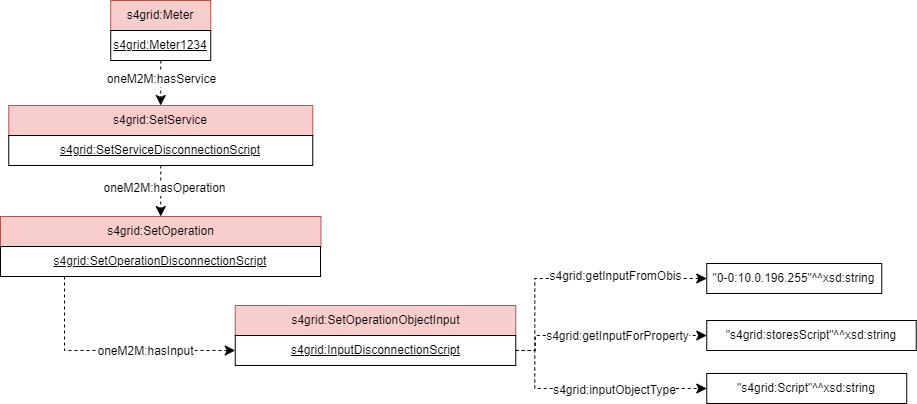
Earlier version of the draw.io export documentation/diagrams/SAREF4GRID_Example_set_3.png (Sergio-Carulli/saref4grid). Source tidied: cells renumbered, new cells last; positions are measured from the earlier drawing's top-left corner, leaving out a move shared by most shapes. The source it was exported from:
```xml
<mxGraphModel>
  <root>
    <mxCell id="0" />
    <mxCell id="1" parent="0" />
    <mxCell id="2" value="s4grid:Meter" style="rounded=0;whiteSpace=wrap;html=1;fillColor=#f8cecc;strokeColor=#b85450;" parent="1" vertex="1">
      <mxGeometry x="110.2" width="100" height="30" as="geometry" />
    </mxCell>
    <mxCell id="3" style="endArrow=classic;html=1;endSize=8;arcSize=0;rounded=0;entryX=0.5;entryY=0;entryDx=0;entryDy=0;dashed=1;exitX=0.5;exitY=1;exitDx=0;exitDy=0;" parent="1" edge="1" source="7" target="15">
      <mxGeometry relative="1" as="geometry" />
    </mxCell>
    <mxCell id="4" value="&lt;div&gt;oneM2M:hasService&lt;/div&gt;" style="text;html=1;align=center;verticalAlign=middle;labelBackgroundColor=#ffffff;" parent="3" vertex="1">
      <mxGeometry x="-0.13" relative="1" as="geometry">
        <mxPoint y="-2" as="offset" />
      </mxGeometry>
    </mxCell>
    <mxCell id="5" style="endArrow=classic;html=1;endSize=8;arcSize=0;rounded=0;entryX=0.5;entryY=0;entryDx=0;entryDy=0;exitX=0.5;exitY=1;exitDx=0;exitDy=0;dashed=1;" parent="1" edge="1" source="16" target="17">
      <mxGeometry relative="1" as="geometry" />
    </mxCell>
    <mxCell id="6" value="&lt;div&gt;oneM2M:hasOperation&lt;/div&gt;" style="text;html=1;align=center;verticalAlign=middle;labelBackgroundColor=#ffffff;" parent="5" vertex="1">
      <mxGeometry x="-0.13" relative="1" as="geometry">
        <mxPoint x="3" as="offset" />
      </mxGeometry>
    </mxCell>
    <mxCell id="7" value="&lt;u&gt;s4grid:Meter1234&lt;/u&gt;" style="rounded=0;whiteSpace=wrap;html=1;snapToPoint=1;points=[[0.1,0],[0.2,0],[0.3,0],[0.4,0],[0.5,0],[0.6,0],[0.7,0],[0.8,0],[0.9,0],[0,0.1],[0,0.3],[0,0.5],[0,0.7],[0,0.9],[0.1,1],[0.2,1],[0.3,1],[0.4,1],[0.5,1],[0.6,1],[0.7,1],[0.8,1],[0.9,1],[1,0.1],[1,0.3],[1,0.5],[1,0.7],[1,0.9]];" parent="1" vertex="1">
      <mxGeometry x="110.2" y="30" width="100" height="30" as="geometry" />
    </mxCell>
    <mxCell id="8" style="endArrow=classic;html=1;endSize=8;arcSize=0;rounded=0;entryX=0;entryY=0.5;entryDx=0;entryDy=0;exitX=0.2;exitY=1;exitDx=0;exitDy=0;dashed=1;edgeStyle=orthogonalEdgeStyle;" parent="1" edge="1" source="18" target="11">
      <mxGeometry relative="1" as="geometry" />
    </mxCell>
    <mxCell id="9" value="oneM2M:hasInput" style="text;html=1;align=center;verticalAlign=middle;labelBackgroundColor=#ffffff;" parent="1" vertex="1">
      <mxGeometry x="144.7" y="350" as="geometry" />
    </mxCell>
    <mxCell id="10" value="s4grid:SetOperationObjectInput" style="rounded=0;whiteSpace=wrap;html=1;fillColor=#f8cecc;strokeColor=#b85450;" parent="1" vertex="1">
      <mxGeometry x="234.8" y="305" width="280.5" height="30" as="geometry" />
    </mxCell>
    <mxCell id="11" value="&lt;u&gt;s4grid:InputDisconnectionScript&lt;/u&gt;" style="rounded=0;whiteSpace=wrap;html=1;snapToPoint=1;points=[[0.1,0],[0.2,0],[0.3,0],[0.4,0],[0.5,0],[0.6,0],[0.7,0],[0.8,0],[0.9,0],[0,0.1],[0,0.3],[0,0.5],[0,0.7],[0,0.9],[0.1,1],[0.2,1],[0.3,1],[0.4,1],[0.5,1],[0.6,1],[0.7,1],[0.8,1],[0.9,1],[1,0.1],[1,0.3],[1,0.5],[1,0.7],[1,0.9]];" parent="1" vertex="1">
      <mxGeometry x="234.8" y="335" width="280.5" height="30" as="geometry" />
    </mxCell>
    <mxCell id="12" value="&quot;0-0:10.0.196.255&quot;^^xsd:string" style="rounded=0;whiteSpace=wrap;html=1;snapToPoint=1;align=center;" parent="1" vertex="1">
      <mxGeometry x="706.2" y="263" width="175" height="30" as="geometry" />
    </mxCell>
    <mxCell id="13" style="endArrow=classic;html=1;endSize=8;arcSize=0;rounded=0;exitX=1;exitY=0.5;exitDx=0;exitDy=0;dashed=1;entryX=0;entryY=0.5;entryDx=0;entryDy=0;edgeStyle=orthogonalEdgeStyle;" parent="1" edge="1" source="11" target="12">
      <mxGeometry relative="1" as="geometry">
        <Array as="points">
          <mxPoint x="534.2" y="350" />
          <mxPoint x="534.2" y="278" />
        </Array>
      </mxGeometry>
    </mxCell>
    <mxCell id="14" value="s4grid:getInputFromObis" style="text;html=1;align=center;verticalAlign=middle;labelBackgroundColor=#ffffff;" parent="1" vertex="1">
      <mxGeometry x="610.2" y="268" as="geometry">
        <mxPoint x="4" y="7" as="offset" />
      </mxGeometry>
    </mxCell>
    <mxCell id="15" value="s4grid:SetService" style="rounded=0;whiteSpace=wrap;html=1;snapToPoint=1;points=[[0.1,0],[0.2,0],[0.3,0],[0.4,0],[0.5,0],[0.6,0],[0.7,0],[0.8,0],[0.9,0],[0,0.1],[0,0.3],[0,0.5],[0,0.7],[0,0.9],[0.1,1],[0.2,1],[0.3,1],[0.4,1],[0.5,1],[0.6,1],[0.7,1],[0.8,1],[0.9,1],[1,0.1],[1,0.3],[1,0.5],[1,0.7],[1,0.9]];fillColor=#f8cecc;strokeColor=#b85450;" parent="1" vertex="1">
      <mxGeometry x="8.2" y="105" width="304" height="30" as="geometry" />
    </mxCell>
    <mxCell id="16" value="&lt;u style=&quot;border-color: var(--border-color);&quot;&gt;s4grid:SetServiceDisconnectionScript&lt;/u&gt;" style="rounded=0;whiteSpace=wrap;html=1;snapToPoint=1;points=[[0.1,0],[0.2,0],[0.3,0],[0.4,0],[0.5,0],[0.6,0],[0.7,0],[0.8,0],[0.9,0],[0,0.1],[0,0.3],[0,0.5],[0,0.7],[0,0.9],[0.1,1],[0.2,1],[0.3,1],[0.4,1],[0.5,1],[0.6,1],[0.7,1],[0.8,1],[0.9,1],[1,0.1],[1,0.3],[1,0.5],[1,0.7],[1,0.9]];" parent="1" vertex="1">
      <mxGeometry x="8.2" y="135" width="304" height="30" as="geometry" />
    </mxCell>
    <mxCell id="17" value="s4grid:SetOperation" style="rounded=0;whiteSpace=wrap;html=1;snapToPoint=1;points=[[0.1,0],[0.2,0],[0.3,0],[0.4,0],[0.5,0],[0.6,0],[0.7,0],[0.8,0],[0.9,0],[0,0.1],[0,0.3],[0,0.5],[0,0.7],[0,0.9],[0.1,1],[0.2,1],[0.3,1],[0.4,1],[0.5,1],[0.6,1],[0.7,1],[0.8,1],[0.9,1],[1,0.1],[1,0.3],[1,0.5],[1,0.7],[1,0.9]];fillColor=#f8cecc;strokeColor=#b85450;" parent="1" vertex="1">
      <mxGeometry y="216" width="320.5" height="30" as="geometry" />
    </mxCell>
    <mxCell id="18" value="&lt;u style=&quot;border-color: var(--border-color);&quot;&gt;s4grid:SetOperationDisconnectionScript&lt;/u&gt;" style="rounded=0;whiteSpace=wrap;html=1;snapToPoint=1;points=[[0.1,0],[0.2,0],[0.3,0],[0.4,0],[0.5,0],[0.6,0],[0.7,0],[0.8,0],[0.9,0],[0,0.1],[0,0.3],[0,0.5],[0,0.7],[0,0.9],[0.1,1],[0.2,1],[0.3,1],[0.4,1],[0.5,1],[0.6,1],[0.7,1],[0.8,1],[0.9,1],[1,0.1],[1,0.3],[1,0.5],[1,0.7],[1,0.9]];" parent="1" vertex="1">
      <mxGeometry y="246" width="320" height="30" as="geometry" />
    </mxCell>
    <mxCell id="19" value="&quot;s4grid:Script&quot;^^xsd:string" style="rounded=0;whiteSpace=wrap;html=1;snapToPoint=1;align=center;" parent="1" vertex="1">
      <mxGeometry x="706.2" y="373" width="200" height="30" as="geometry" />
    </mxCell>
    <mxCell id="20" style="endArrow=classic;html=1;endSize=8;arcSize=0;rounded=0;exitX=1;exitY=0.5;exitDx=0;exitDy=0;dashed=1;entryX=0;entryY=0.5;entryDx=0;entryDy=0;edgeStyle=orthogonalEdgeStyle;" parent="1" edge="1" source="11" target="19">
      <mxGeometry relative="1" as="geometry">
        <Array as="points">
          <mxPoint x="534.2" y="350" />
          <mxPoint x="534.2" y="388" />
        </Array>
      </mxGeometry>
    </mxCell>
    <mxCell id="21" value="s4grid:inputObjectType" style="text;html=1;align=center;verticalAlign=middle;labelBackgroundColor=#ffffff;" parent="1" vertex="1">
      <mxGeometry x="609.9" y="382" as="geometry">
        <mxPoint x="4" y="7" as="offset" />
      </mxGeometry>
    </mxCell>
    <mxCell id="22" value="&quot;s4grid:storesScript&quot;^^xsd:string" style="rounded=0;whiteSpace=wrap;html=1;snapToPoint=1;align=center;" parent="1" vertex="1">
      <mxGeometry x="706.2" y="320" width="209.5" height="30" as="geometry" />
    </mxCell>
    <mxCell id="23" style="endArrow=classic;html=1;endSize=8;arcSize=0;rounded=0;exitX=1;exitY=0.5;exitDx=0;exitDy=0;dashed=1;entryX=0;entryY=0.5;entryDx=0;entryDy=0;edgeStyle=orthogonalEdgeStyle;" parent="1" edge="1" source="11" target="22">
      <mxGeometry relative="1" as="geometry">
        <Array as="points">
          <mxPoint x="534.8" y="350" />
          <mxPoint x="534.8" y="335" />
        </Array>
      </mxGeometry>
    </mxCell>
    <mxCell id="24" value="s4grid:getInputForProperty" style="text;html=1;align=center;verticalAlign=middle;labelBackgroundColor=#ffffff;" parent="1" vertex="1">
      <mxGeometry x="612.2" y="328" as="geometry">
        <mxPoint x="4" y="7" as="offset" />
      </mxGeometry>
    </mxCell>
  </root>
</mxGraphModel>
```
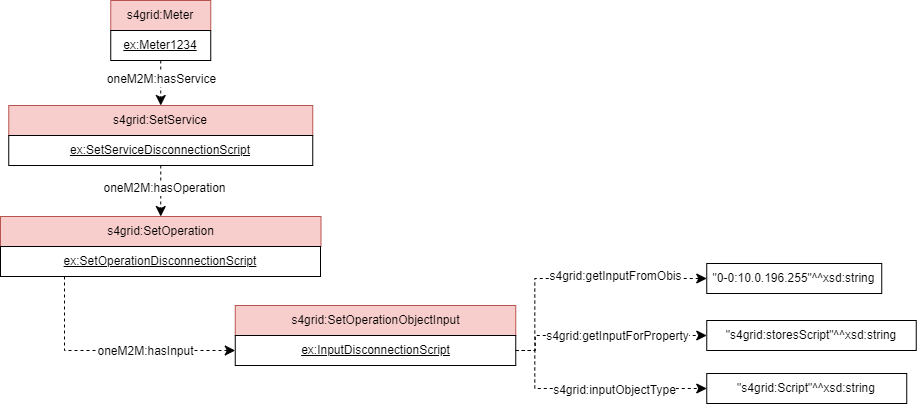
After the change.

The edit, as a diff of the source:
```diff
@@ -21,7 +21,7 @@
         <mxPoint x="3" as="offset" />
       </mxGeometry>
     </mxCell>
-    <mxCell id="7" value="&lt;u&gt;s4grid:Meter1234&lt;/u&gt;" style="rounded=0;whiteSpace=wrap;html=1;snapToPoint=1;points=[[0.1,0],[0.2,0],[0.3,0],[0.4,0],[0.5,0],[0.6,0],[0.7,0],[0.8,0],[0.9,0],[0,0.1],[0,0.3],[0,0.5],[0,0.7],[0,0.9],[0.1,1],[0.2,1],[0.3,1],[0.4,1],[0.5,1],[0.6,1],[0.7,1],[0.8,1],[0.9,1],[1,0.1],[1,0.3],[1,0.5],[1,0.7],[1,0.9]];" parent="1" vertex="1">
+    <mxCell id="7" value="&lt;u&gt;ex:Meter1234&lt;/u&gt;" style="rounded=0;whiteSpace=wrap;html=1;snapToPoint=1;points=[[0.1,0],[0.2,0],[0.3,0],[0.4,0],[0.5,0],[0.6,0],[0.7,0],[0.8,0],[0.9,0],[0,0.1],[0,0.3],[0,0.5],[0,0.7],[0,0.9],[0.1,1],[0.2,1],[0.3,1],[0.4,1],[0.5,1],[0.6,1],[0.7,1],[0.8,1],[0.9,1],[1,0.1],[1,0.3],[1,0.5],[1,0.7],[1,0.9]];" parent="1" vertex="1">
       <mxGeometry x="110.2" y="30" width="100" height="30" as="geometry" />
     </mxCell>
     <mxCell id="8" style="endArrow=classic;html=1;endSize=8;arcSize=0;rounded=0;entryX=0;entryY=0.5;entryDx=0;entryDy=0;exitX=0.2;exitY=1;exitDx=0;exitDy=0;dashed=1;edgeStyle=orthogonalEdgeStyle;" parent="1" edge="1" source="18" target="11">
@@ -33,7 +33,7 @@
     <mxCell id="10" value="s4grid:SetOperationObjectInput" style="rounded=0;whiteSpace=wrap;html=1;fillColor=#f8cecc;strokeColor=#b85450;" parent="1" vertex="1">
       <mxGeometry x="234.8" y="305" width="280.5" height="30" as="geometry" />
     </mxCell>
-    <mxCell id="11" value="&lt;u&gt;s4grid:InputDisconnectionScript&lt;/u&gt;" style="rounded=0;whiteSpace=wrap;html=1;snapToPoint=1;points=[[0.1,0],[0.2,0],[0.3,0],[0.4,0],[0.5,0],[0.6,0],[0.7,0],[0.8,0],[0.9,0],[0,0.1],[0,0.3],[0,0.5],[0,0.7],[0,0.9],[0.1,1],[0.2,1],[0.3,1],[0.4,1],[0.5,1],[0.6,1],[0.7,1],[0.8,1],[0.9,1],[1,0.1],[1,0.3],[1,0.5],[1,0.7],[1,0.9]];" parent="1" vertex="1">
+    <mxCell id="11" value="&lt;u&gt;ex:InputDisconnectionScript&lt;/u&gt;" style="rounded=0;whiteSpace=wrap;html=1;snapToPoint=1;points=[[0.1,0],[0.2,0],[0.3,0],[0.4,0],[0.5,0],[0.6,0],[0.7,0],[0.8,0],[0.9,0],[0,0.1],[0,0.3],[0,0.5],[0,0.7],[0,0.9],[0.1,1],[0.2,1],[0.3,1],[0.4,1],[0.5,1],[0.6,1],[0.7,1],[0.8,1],[0.9,1],[1,0.1],[1,0.3],[1,0.5],[1,0.7],[1,0.9]];" parent="1" vertex="1">
       <mxGeometry x="234.8" y="335" width="280.5" height="30" as="geometry" />
     </mxCell>
     <mxCell id="12" value="&quot;0-0:10.0.196.255&quot;^^xsd:string" style="rounded=0;whiteSpace=wrap;html=1;snapToPoint=1;align=center;" parent="1" vertex="1">
@@ -55,13 +55,13 @@
     <mxCell id="15" value="s4grid:SetService" style="rounded=0;whiteSpace=wrap;html=1;snapToPoint=1;points=[[0.1,0],[0.2,0],[0.3,0],[0.4,0],[0.5,0],[0.6,0],[0.7,0],[0.8,0],[0.9,0],[0,0.1],[0,0.3],[0,0.5],[0,0.7],[0,0.9],[0.1,1],[0.2,1],[0.3,1],[0.4,1],[0.5,1],[0.6,1],[0.7,1],[0.8,1],[0.9,1],[1,0.1],[1,0.3],[1,0.5],[1,0.7],[1,0.9]];fillColor=#f8cecc;strokeColor=#b85450;" parent="1" vertex="1">
       <mxGeometry x="8.2" y="105" width="304" height="30" as="geometry" />
     </mxCell>
-    <mxCell id="16" value="&lt;u style=&quot;border-color: var(--border-color);&quot;&gt;s4grid:SetServiceDisconnectionScript&lt;/u&gt;" style="rounded=0;whiteSpace=wrap;html=1;snapToPoint=1;points=[[0.1,0],[0.2,0],[0.3,0],[0.4,0],[0.5,0],[0.6,0],[0.7,0],[0.8,0],[0.9,0],[0,0.1],[0,0.3],[0,0.5],[0,0.7],[0,0.9],[0.1,1],[0.2,1],[0.3,1],[0.4,1],[0.5,1],[0.6,1],[0.7,1],[0.8,1],[0.9,1],[1,0.1],[1,0.3],[1,0.5],[1,0.7],[1,0.9]];" parent="1" vertex="1">
+    <mxCell id="16" value="&lt;u style=&quot;border-color: var(--border-color);&quot;&gt;ex:SetServiceDisconnectionScript&lt;/u&gt;" style="rounded=0;whiteSpace=wrap;html=1;snapToPoint=1;points=[[0.1,0],[0.2,0],[0.3,0],[0.4,0],[0.5,0],[0.6,0],[0.7,0],[0.8,0],[0.9,0],[0,0.1],[0,0.3],[0,0.5],[0,0.7],[0,0.9],[0.1,1],[0.2,1],[0.3,1],[0.4,1],[0.5,1],[0.6,1],[0.7,1],[0.8,1],[0.9,1],[1,0.1],[1,0.3],[1,0.5],[1,0.7],[1,0.9]];" parent="1" vertex="1">
       <mxGeometry x="8.2" y="135" width="304" height="30" as="geometry" />
     </mxCell>
     <mxCell id="17" value="s4grid:SetOperation" style="rounded=0;whiteSpace=wrap;html=1;snapToPoint=1;points=[[0.1,0],[0.2,0],[0.3,0],[0.4,0],[0.5,0],[0.6,0],[0.7,0],[0.8,0],[0.9,0],[0,0.1],[0,0.3],[0,0.5],[0,0.7],[0,0.9],[0.1,1],[0.2,1],[0.3,1],[0.4,1],[0.5,1],[0.6,1],[0.7,1],[0.8,1],[0.9,1],[1,0.1],[1,0.3],[1,0.5],[1,0.7],[1,0.9]];fillColor=#f8cecc;strokeColor=#b85450;" parent="1" vertex="1">
       <mxGeometry y="216" width="320.5" height="30" as="geometry" />
     </mxCell>
-    <mxCell id="18" value="&lt;u style=&quot;border-color: var(--border-color);&quot;&gt;s4grid:SetOperationDisconnectionScript&lt;/u&gt;" style="rounded=0;whiteSpace=wrap;html=1;snapToPoint=1;points=[[0.1,0],[0.2,0],[0.3,0],[0.4,0],[0.5,0],[0.6,0],[0.7,0],[0.8,0],[0.9,0],[0,0.1],[0,0.3],[0,0.5],[0,0.7],[0,0.9],[0.1,1],[0.2,1],[0.3,1],[0.4,1],[0.5,1],[0.6,1],[0.7,1],[0.8,1],[0.9,1],[1,0.1],[1,0.3],[1,0.5],[1,0.7],[1,0.9]];" parent="1" vertex="1">
+    <mxCell id="18" value="&lt;u style=&quot;border-color: var(--border-color);&quot;&gt;ex:SetOperationDisconnectionScript&lt;/u&gt;" style="rounded=0;whiteSpace=wrap;html=1;snapToPoint=1;points=[[0.1,0],[0.2,0],[0.3,0],[0.4,0],[0.5,0],[0.6,0],[0.7,0],[0.8,0],[0.9,0],[0,0.1],[0,0.3],[0,0.5],[0,0.7],[0,0.9],[0.1,1],[0.2,1],[0.3,1],[0.4,1],[0.5,1],[0.6,1],[0.7,1],[0.8,1],[0.9,1],[1,0.1],[1,0.3],[1,0.5],[1,0.7],[1,0.9]];" parent="1" vertex="1">
       <mxGeometry y="246" width="320" height="30" as="geometry" />
     </mxCell>
     <mxCell id="19" value="&quot;s4grid:Script&quot;^^xsd:string" style="rounded=0;whiteSpace=wrap;html=1;snapToPoint=1;align=center;" parent="1" vertex="1">
```
